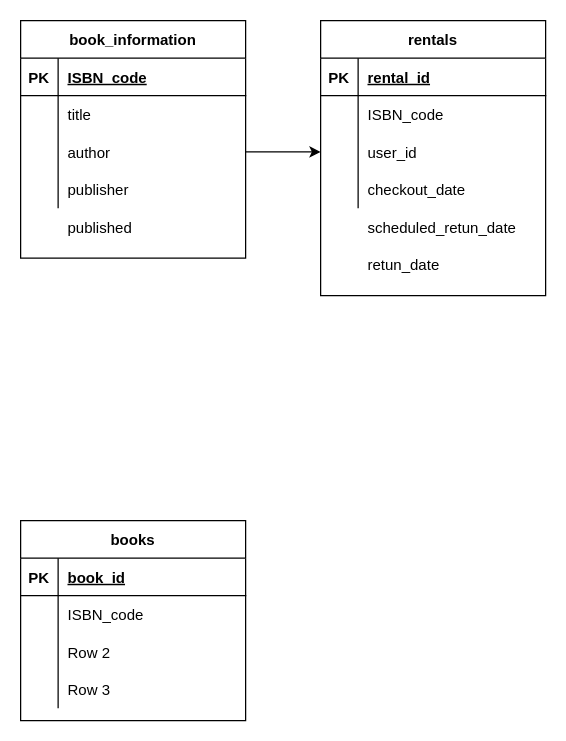
naka848/books keeps this draw.io diagram as book.dio. Above is the earlier version. Source tidied: cells renumbered, new cells numbered last; positions are measured from the earlier drawing's top-left corner, leaving out a move shared by most shapes. Both pictures are drawn from the tidied source at 125%, with x=0, y=0 at pixel (20, 20).
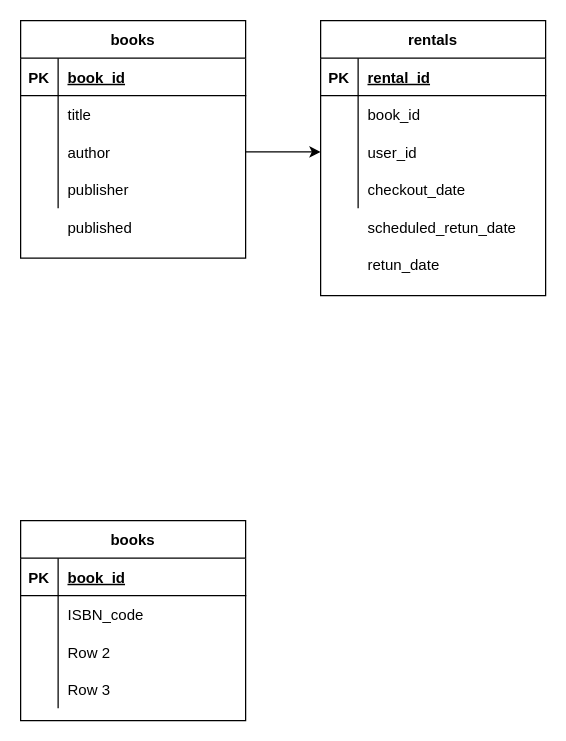
The same diagram, later.

The change refers to these unchanged cells:
```xml
<mxCell id="3" style="shape=partialRectangle;fillColor=none;top=0;left=0;bottom=1;right=0;" parent="2" vertex="1">
  <mxGeometry y="30" width="180" height="30" as="geometry" />
</mxCell>
<mxCell id="35" style="shape=partialRectangle;fillColor=none;top=0;left=0;bottom=0;right=0;" parent="31" vertex="1">
  <mxGeometry y="60" width="180" height="30" as="geometry" />
</mxCell>
```

Change to the diagram source:
```diff
@@
-    <mxCell id="2" value="book_information" style="shape=table;startSize=30;childLayout=tableLayout;rowLines=0;fontStyle=1;align=center;" parent="1" vertex="1">
+    <mxCell id="2" value="books" style="shape=table;startSize=30;childLayout=tableLayout;rowLines=0;fontStyle=1;align=center;" parent="1" vertex="1">
       <mxGeometry width="180" height="190" as="geometry" />
     </mxCell>
@@
-    <mxCell id="5" value="ISBN_code" style="shape=partialRectangle;fillColor=none;top=0;left=0;bottom=0;right=0;align=left;spacingLeft=6;fontStyle=5;overflow=hidden;" parent="3" vertex="1">
+    <mxCell id="5" value="book_id" style="shape=partialRectangle;fillColor=none;top=0;left=0;bottom=0;right=0;align=left;spacingLeft=6;fontStyle=5;overflow=hidden;" parent="3" vertex="1">
       <mxGeometry x="30" width="150" height="30" as="geometry" />
     </mxCell>
@@
-    <mxCell id="37" value="ISBN_code" style="shape=partialRectangle;fillColor=none;top=0;left=0;bottom=0;right=0;align=left;spacingLeft=6;overflow=hidden;" parent="35" vertex="1">
+    <mxCell id="37" value="book_id" style="shape=partialRectangle;fillColor=none;top=0;left=0;bottom=0;right=0;align=left;spacingLeft=6;overflow=hidden;" parent="35" vertex="1">
       <mxGeometry x="30" width="150" height="30" as="geometry" />
     </mxCell>
```
